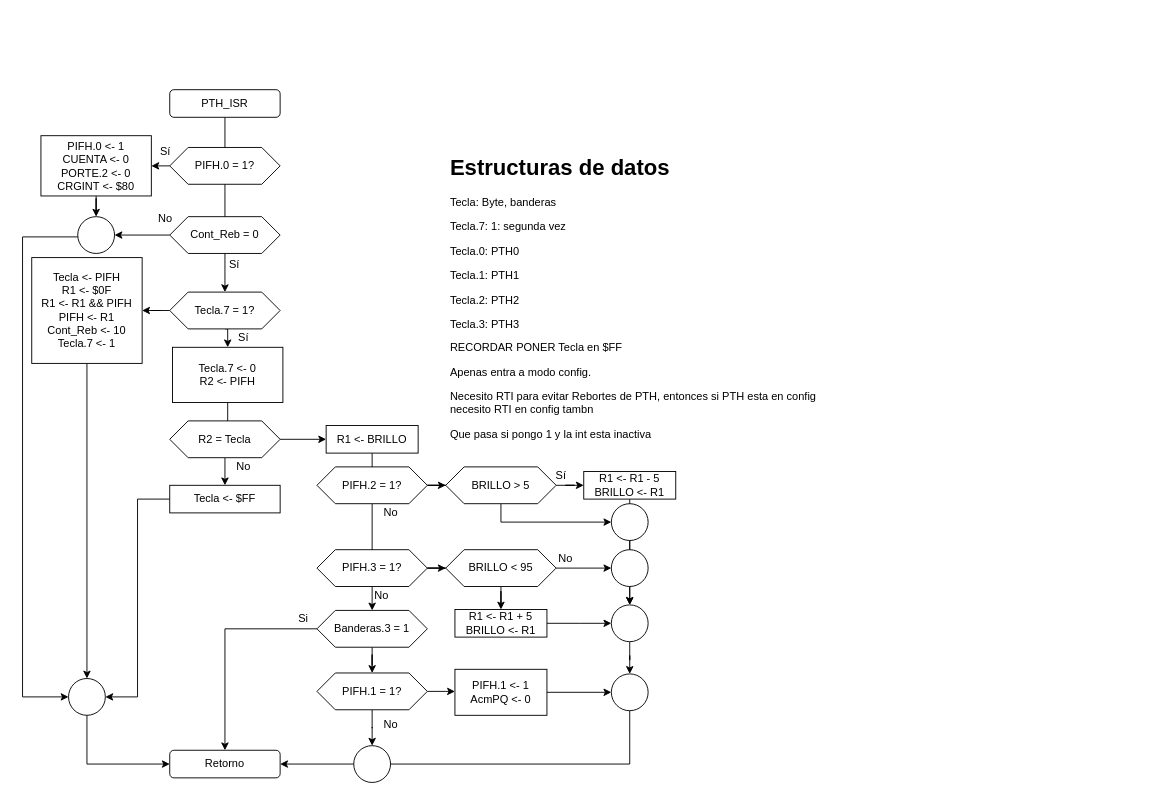
The draw.io diagram Tarea 5/PTH_ISR.drawio in robz25/Microprocesadores, before the edit. Source tidied: cells renumbered, new cells numbered last; positions are measured from the earlier drawing's top-left corner, leaving out a move shared by most shapes. Both pictures are drawn from the tidied source at 92%, with x=0, y=0 at pixel (22, 89).
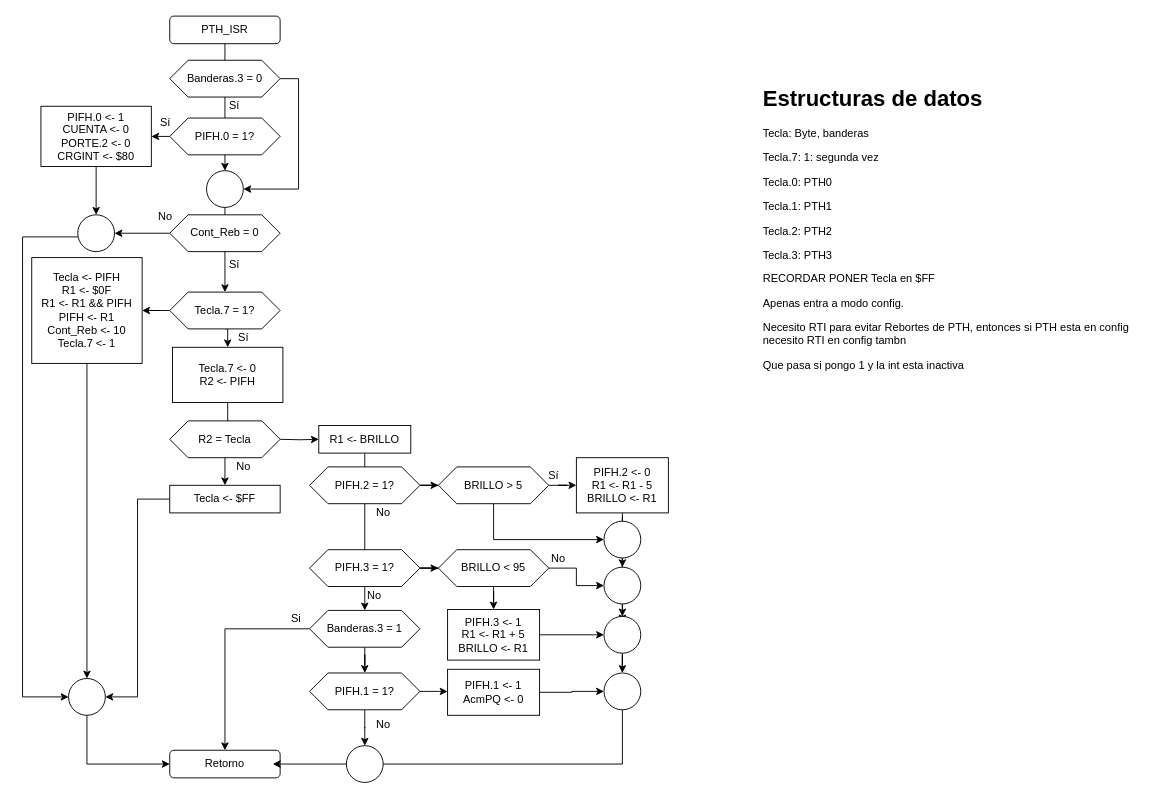
After the change.

Commit message:
dia listo PTH_ISR

Unchanged cells that the change refers to:
```xml
<mxCell id="12" value="Retorno" style="rounded=1;whiteSpace=wrap;html=1;" parent="1" vertex="1">
  <mxGeometry x="160" y="718" width="120" height="30" as="geometry" />
</mxCell>
<mxCell id="19" value="Tecla.7 = 1?" style="shape=hexagon;perimeter=hexagonPerimeter2;whiteSpace=wrap;html=1;fixedSize=1;" parent="1" vertex="1">
  <mxGeometry x="160" y="220" width="120" height="40" as="geometry" />
</mxCell>
<mxCell id="29" value="R2 = Tecla" style="shape=hexagon;perimeter=hexagonPerimeter2;whiteSpace=wrap;html=1;fixedSize=1;" parent="1" vertex="1">
  <mxGeometry x="160" y="360" width="120" height="40" as="geometry" />
</mxCell>
```

Change to the diagram source:
```diff
@@
-    <mxCell id="2" style="edgeStyle=orthogonalEdgeStyle;rounded=0;jettySize=auto;html=1;" parent="1" edge="1" source="3" target="19">
+    <mxCell id="2" style="edgeStyle=orthogonalEdgeStyle;rounded=0;jettySize=auto;html=1;" parent="1" edge="1" source="75" target="19">
       <mxGeometry relative="1" as="geometry" />
     </mxCell>
     <mxCell id="3" value="PTH_ISR" style="rounded=1;whiteSpace=wrap;html=1;" parent="1" vertex="1">
-      <mxGeometry x="160" width="120" height="30" as="geometry" />
+      <mxGeometry x="160" y="-80" width="120" height="30" as="geometry" />
     </mxCell>
     <mxCell id="4" style="edgeStyle=orthogonalEdgeStyle;rounded=0;jettySize=auto;html=1;" parent="1" edge="1" source="6">
       <mxGeometry relative="1" as="geometry">
-        <mxPoint x="470" y="654.1" as="targetPoint" />
+        <mxPoint x="462" y="654.1" as="targetPoint" />
       </mxGeometry>
     </mxCell>
@@
     <mxCell id="6" value="PIFH.1 = 1?" style="shape=hexagon;perimeter=hexagonPerimeter2;whiteSpace=wrap;html=1;fixedSize=1;" parent="1" vertex="1">
-      <mxGeometry x="320" y="634" width="120" height="40" as="geometry" />
+      <mxGeometry x="312" y="634" width="120" height="40" as="geometry" />
     </mxCell>
@@
     <mxCell id="9" value="PIFH.3 = 1?" style="shape=hexagon;perimeter=hexagonPerimeter2;whiteSpace=wrap;html=1;fixedSize=1;" parent="1" vertex="1">
-      <mxGeometry x="320" y="500" width="120" height="40" as="geometry" />
+      <mxGeometry x="312" y="500" width="120" height="40" as="geometry" />
     </mxCell>
@@
     <mxCell id="11" value="Cont_Reb = 0" style="shape=hexagon;perimeter=hexagonPerimeter2;whiteSpace=wrap;html=1;fixedSize=1;" parent="1" vertex="1">
-      <mxGeometry x="160" y="138" width="120" height="40" as="geometry" />
+      <mxGeometry x="160" y="136" width="120" height="40" as="geometry" />
     </mxCell>
@@
     <mxCell id="13" value="No" style="text;html=1;align=center;verticalAlign=middle;" parent="1" vertex="1">
-      <mxGeometry x="140" y="130" width="30" height="20" as="geometry" />
+      <mxGeometry x="140" y="128" width="30" height="20" as="geometry" />
     </mxCell>
@@
     <mxCell id="16" value="&lt;h1&gt;Estructuras de datos&lt;br&gt;&lt;/h1&gt;&lt;p&gt;Tecla: Byte, banderas&lt;/p&gt;&lt;p&gt;Tecla.7: 1: segunda vez&lt;/p&gt;&lt;p&gt;Tecla.0: PTH0&lt;/p&gt;&lt;p&gt;Tecla.1: PTH1&lt;/p&gt;&lt;p&gt;Tecla.2: PTH2&lt;/p&gt;&lt;p&gt;Tecla.3: PTH3&lt;/p&gt;&lt;p&gt;RECORDAR PONER Tecla en $FF&lt;/p&gt;&lt;p&gt;Apenas entra a modo config.&lt;/p&gt;&lt;p&gt;Necesito RTI para evitar Rebortes de PTH, entonces si PTH esta en config necesito RTI en config tambn&lt;br&gt;&lt;/p&gt;&lt;p&gt;Que pasa si pongo 1 y la int esta inactiva&lt;br&gt;&lt;/p&gt;" style="text;html=1;strokeColor=none;fillColor=none;spacing=5;spacingTop=-20;whiteSpace=wrap;overflow=hidden;rounded=0;" parent="1" vertex="1">
-      <mxGeometry x="460" y="65" width="420" height="325" as="geometry" />
+      <mxGeometry x="800" y="-10" width="420" height="325" as="geometry" />
     </mxCell>
@@
     <mxCell id="33" value="&lt;div&gt;PIFH.1 &amp;lt;- 1&lt;/div&gt;&lt;div&gt;AcmPQ &amp;lt;- 0&lt;/div&gt;" style="rounded=0;whiteSpace=wrap;html=1;gradientColor=#ffffff;" parent="1" vertex="1">
-      <mxGeometry x="470" y="630" width="100" height="50" as="geometry" />
+      <mxGeometry x="462" y="630" width="100" height="50" as="geometry" />
     </mxCell>
@@
     <mxCell id="36" value="Banderas.3 = 1" style="shape=hexagon;perimeter=hexagonPerimeter2;whiteSpace=wrap;html=1;fixedSize=1;" parent="1" vertex="1">
-      <mxGeometry x="320" y="566" width="120" height="40" as="geometry" />
+      <mxGeometry x="312" y="566" width="120" height="40" as="geometry" />
     </mxCell>
@@
     <mxCell id="38" value="No" style="text;html=1;align=center;verticalAlign=middle;points=[];" parent="1" vertex="1">
-      <mxGeometry x="385" y="450" width="30" height="20" as="geometry" />
+      <mxGeometry x="377" y="450" width="30" height="20" as="geometry" />
     </mxCell>
     <mxCell id="39" value="No" style="text;html=1;align=center;verticalAlign=middle;" parent="1" vertex="1">
-      <mxGeometry x="375" y="540" width="30" height="20" as="geometry" />
+      <mxGeometry x="367" y="540" width="30" height="20" as="geometry" />
     </mxCell>
     <mxCell id="40" value="Si" style="text;html=1;align=center;verticalAlign=middle;" parent="1" vertex="1">
-      <mxGeometry x="290" y="565" width="30" height="20" as="geometry" />
+      <mxGeometry x="282" y="565" width="30" height="20" as="geometry" />
     </mxCell>
     <mxCell id="41" value="No" style="text;html=1;align=center;verticalAlign=middle;" parent="1" vertex="1">
-      <mxGeometry x="385" y="680" width="30" height="20" as="geometry" />
+      <mxGeometry x="377" y="680" width="30" height="20" as="geometry" />
     </mxCell>
-    <mxCell id="42" style="edgeStyle=orthogonalEdgeStyle;rounded=0;jettySize=auto;html=1;entryX=1;entryY=0.5;entryDx=0;entryDy=0;" parent="1" edge="1" source="43" target="12">
+    <mxCell id="42" style="edgeStyle=orthogonalEdgeStyle;rounded=0;jettySize=auto;html=1;entryX=1;entryY=0.5;entryDx=0;entryDy=0;" parent="1" edge="1" source="43">
       <mxGeometry relative="1" as="geometry">
+        <mxPoint x="272" y="733" as="targetPoint" />
         <Array as="points">
-          <mxPoint x="660" y="733" />
+          <mxPoint x="652" y="733" />
         </Array>
       </mxGeometry>
     </mxCell>
     <mxCell id="43" style="ellipse;whiteSpace=wrap;html=1;" parent="1" vertex="1">
-      <mxGeometry x="640" y="635" width="40" height="40" as="geometry" />
+      <mxGeometry x="632" y="634" width="40" height="40" as="geometry" />
     </mxCell>
@@
     <mxCell id="45" value="R1 &amp;lt;- BRILLO" style="rounded=0;whiteSpace=wrap;html=1;gradientColor=#ffffff;" parent="1" vertex="1">
-      <mxGeometry x="330" y="365" width="100" height="30" as="geometry" />
+      <mxGeometry x="322" y="365" width="100" height="30" as="geometry" />
     </mxCell>
-    <mxCell id="46" style="edgeStyle=orthogonalEdgeStyle;rounded=0;jettySize=auto;html=1;" parent="1" edge="1" source="29" target="45">
-      <mxGeometry relative="1" as="geometry" />
+    <mxCell id="46" style="edgeStyle=orthogonalEdgeStyle;rounded=0;jettySize=auto;html=1;" parent="1" edge="1" target="45">
+      <mxGeometry relative="1" as="geometry">
+        <mxPoint x="280" y="380" as="sourcePoint" />
+      </mxGeometry>
     </mxCell>
@@
     <mxCell id="48" value="PIFH.2 = 1?" style="shape=hexagon;perimeter=hexagonPerimeter2;whiteSpace=wrap;html=1;fixedSize=1;" parent="1" vertex="1">
-      <mxGeometry x="320" y="410" width="120" height="40" as="geometry" />
+      <mxGeometry x="312" y="410" width="120" height="40" as="geometry" />
     </mxCell>
@@
     <mxCell id="50" style="edgeStyle=orthogonalEdgeStyle;rounded=0;jettySize=auto;html=1;entryX=0;entryY=0.5;entryDx=0;entryDy=0;" parent="1" edge="1" source="51" target="61">
       <mxGeometry relative="1" as="geometry">
         <Array as="points">
-          <mxPoint x="520" y="470" />
+          <mxPoint x="512" y="489" />
         </Array>
       </mxGeometry>
     </mxCell>
     <mxCell id="51" value="BRILLO &amp;gt; 5" style="shape=hexagon;perimeter=hexagonPerimeter2;whiteSpace=wrap;html=1;fixedSize=1;" parent="1" vertex="1">
-      <mxGeometry x="460" y="410" width="120" height="40" as="geometry" />
+      <mxGeometry x="452" y="410" width="120" height="40" as="geometry" />
     </mxCell>
-    <mxCell id="52" style="edgeStyle=orthogonalEdgeStyle;rounded=0;jettySize=auto;html=1;" parent="1" edge="1" source="53">
+    <mxCell id="52" style="edgeStyle=orthogonalEdgeStyle;rounded=0;orthogonalLoop=1;jettySize=auto;html=1;" parent="1" edge="1">
       <mxGeometry relative="1" as="geometry">
-        <mxPoint x="660" y="560" as="targetPoint" />
+        <mxPoint x="652" y="464" as="sourcePoint" />
+        <mxPoint x="652" y="579" as="targetPoint" />
       </mxGeometry>
     </mxCell>
+    <mxCell id="72" style="edgeStyle=orthogonalEdgeStyle;rounded=0;jettySize=auto;html=1;" parent="1" edge="1" source="53" target="62">
+      <mxGeometry relative="1" as="geometry" />
+    </mxCell>
-    <mxCell id="53" value="&lt;div&gt;R1 &amp;lt;- R1 - 5&lt;/div&gt;&lt;div&gt;BRILLO &amp;lt;- R1&lt;br&gt;&lt;/div&gt;" style="rounded=0;whiteSpace=wrap;html=1;gradientColor=#ffffff;" parent="1" vertex="1">
-      <mxGeometry x="610" y="415" width="100" height="30" as="geometry" />
+    <mxCell id="53" value="&lt;div&gt;PIFH.2 &amp;lt;- 0&lt;br&gt;&lt;/div&gt;&lt;div&gt;R1 &amp;lt;- R1 - 5&lt;/div&gt;&lt;div&gt;BRILLO &amp;lt;- R1&lt;br&gt;&lt;/div&gt;" style="rounded=0;whiteSpace=wrap;html=1;gradientColor=#ffffff;" parent="1" vertex="1">
+      <mxGeometry x="602" y="400" width="100" height="60" as="geometry" />
     </mxCell>
@@
     <mxCell id="56" value="BRILLO &amp;lt; 95" style="shape=hexagon;perimeter=hexagonPerimeter2;whiteSpace=wrap;html=1;fixedSize=1;" parent="1" vertex="1">
-      <mxGeometry x="460" y="500" width="120" height="40" as="geometry" />
+      <mxGeometry x="452" y="500" width="120" height="40" as="geometry" />
     </mxCell>
-    <mxCell id="57" style="edgeStyle=orthogonalEdgeStyle;rounded=0;jettySize=auto;html=1;" parent="1" edge="1" source="58">
-      <mxGeometry relative="1" as="geometry">
-        <mxPoint x="640" y="580" as="targetPoint" />
-      </mxGeometry>
-    </mxCell>
+    <mxCell id="73" style="edgeStyle=orthogonalEdgeStyle;rounded=0;jettySize=auto;html=1;" parent="1" edge="1" source="58" target="60">
+      <mxGeometry relative="1" as="geometry" />
+    </mxCell>
-    <mxCell id="58" value="&lt;div&gt;R1 &amp;lt;- R1 + 5&lt;/div&gt;&lt;div&gt;BRILLO &amp;lt;- R1&lt;br&gt;&lt;/div&gt;" style="rounded=0;whiteSpace=wrap;html=1;gradientColor=#ffffff;" parent="1" vertex="1">
-      <mxGeometry x="470" y="565" width="100" height="30" as="geometry" />
+    <mxCell id="58" value="&lt;div&gt;PIFH.3 &amp;lt;- 1&lt;br&gt;&lt;/div&gt;&lt;div&gt;R1 &amp;lt;- R1 + 5&lt;/div&gt;&lt;div&gt;BRILLO &amp;lt;- R1&lt;br&gt;&lt;/div&gt;" style="rounded=0;whiteSpace=wrap;html=1;gradientColor=#ffffff;" parent="1" vertex="1">
+      <mxGeometry x="462" y="565" width="100" height="55" as="geometry" />
     </mxCell>
@@
     <mxCell id="60" style="ellipse;whiteSpace=wrap;html=1;" parent="1" vertex="1">
-      <mxGeometry x="640" y="560" width="40" height="40" as="geometry" />
+      <mxGeometry x="632" y="572.5" width="40" height="40" as="geometry" />
     </mxCell>
     <mxCell id="61" style="ellipse;whiteSpace=wrap;html=1;" parent="1" vertex="1">
-      <mxGeometry x="640" y="450" width="40" height="40" as="geometry" />
+      <mxGeometry x="632" y="469" width="40" height="40" as="geometry" />
     </mxCell>
     <mxCell id="62" style="ellipse;whiteSpace=wrap;html=1;" parent="1" vertex="1">
-      <mxGeometry x="640" y="500" width="40" height="40" as="geometry" />
+      <mxGeometry x="632" y="519" width="40" height="40" as="geometry" />
     </mxCell>
     <mxCell id="63" value="No" style="text;html=1;align=center;verticalAlign=middle;" parent="1" vertex="1">
-      <mxGeometry x="575" y="500" width="30" height="20" as="geometry" />
+      <mxGeometry x="567" y="500" width="30" height="20" as="geometry" />
     </mxCell>
     <mxCell id="64" value="Sí" style="text;html=1;align=center;verticalAlign=middle;" parent="1" vertex="1">
-      <mxGeometry x="570" y="410" width="30" height="20" as="geometry" />
+      <mxGeometry x="562" y="410" width="30" height="20" as="geometry" />
     </mxCell>
@@
-    <mxCell id="66" value="PIFH.0 = 1?" style="shape=hexagon;perimeter=hexagonPerimeter2;whiteSpace=wrap;html=1;fixedSize=1;" parent="1" vertex="1">
-      <mxGeometry x="160" y="62.8" width="120" height="40" as="geometry" />
-    </mxCell>
-    <mxCell id="67" style="edgeStyle=orthogonalEdgeStyle;rounded=0;jettySize=auto;html=1;" parent="1" edge="1" source="68" target="71">
+    <mxCell id="67" style="edgeStyle=orthogonalEdgeStyle;rounded=0;jettySize=auto;html=1;exitX=0.5;exitY=1;exitDx=0;exitDy=0;" parent="1" edge="1" source="68" target="71">
       <mxGeometry relative="1" as="geometry" />
     </mxCell>
     <mxCell id="68" value="&lt;div&gt;PIFH.0 &amp;lt;- 1&lt;/div&gt;&lt;div&gt;CUENTA &amp;lt;- 0&lt;/div&gt;&lt;div&gt;PORTE.2 &amp;lt;- 0&lt;br&gt;&lt;/div&gt;&lt;div&gt;CRGINT &amp;lt;- $80&lt;br&gt;&lt;/div&gt;" style="rounded=0;whiteSpace=wrap;html=1;" parent="1" vertex="1">
-      <mxGeometry x="20" y="50" width="120" height="65.5" as="geometry" />
+      <mxGeometry x="20" y="18" width="120" height="65.5" as="geometry" />
     </mxCell>
     <mxCell id="69" style="ellipse;whiteSpace=wrap;html=1;" parent="1" vertex="1">
-      <mxGeometry x="360" y="713" width="40" height="40" as="geometry" />
+      <mxGeometry x="352" y="713" width="40" height="40" as="geometry" />
     </mxCell>
     <mxCell id="70" value="&lt;div&gt;Sí&lt;/div&gt;&lt;div&gt;&lt;br&gt;&lt;/div&gt;" style="text;html=1;align=center;verticalAlign=middle;" parent="1" vertex="1">
-      <mxGeometry x="140" y="60" width="30" height="30" as="geometry" />
+      <mxGeometry x="140" y="28" width="30" height="30" as="geometry" />
     </mxCell>
     <mxCell id="71" style="ellipse;whiteSpace=wrap;html=1;" parent="1" vertex="1">
-      <mxGeometry x="60" y="138" width="40" height="40" as="geometry" />
+      <mxGeometry x="60" y="136" width="40" height="40" as="geometry" />
     </mxCell>
+    <mxCell id="74" value="Sí" style="text;html=1;align=center;verticalAlign=middle;" parent="1" vertex="1">
+      <mxGeometry x="215" y="8" width="30" height="20" as="geometry" />
+    </mxCell>
+    <mxCell id="75" style="ellipse;whiteSpace=wrap;html=1;" parent="1" vertex="1">
+      <mxGeometry x="200" y="88" width="40" height="40" as="geometry" />
+    </mxCell>
+    <mxCell id="76" style="edgeStyle=orthogonalEdgeStyle;rounded=0;jettySize=auto;html=1;" parent="1" edge="1" source="3" target="75">
+      <mxGeometry relative="1" as="geometry" />
+    </mxCell>
+    <mxCell id="77" style="edgeStyle=orthogonalEdgeStyle;rounded=0;jettySize=auto;html=1;entryX=1;entryY=0.5;entryDx=0;entryDy=0;" parent="1" edge="1" source="78" target="75">
+      <mxGeometry relative="1" as="geometry">
+        <Array as="points">
+          <mxPoint x="300" y="-12" />
+          <mxPoint x="300" y="108" />
+        </Array>
+      </mxGeometry>
+    </mxCell>
+    <mxCell id="78" value="Banderas.3 = 0" style="shape=hexagon;perimeter=hexagonPerimeter2;whiteSpace=wrap;html=1;fixedSize=1;" parent="1" vertex="1">
+      <mxGeometry x="160" y="-32" width="120" height="40" as="geometry" />
+    </mxCell>
+    <mxCell id="66" value="PIFH.0 = 1?" style="shape=hexagon;perimeter=hexagonPerimeter2;whiteSpace=wrap;html=1;fixedSize=1;" parent="1" vertex="1">
+      <mxGeometry x="160" y="30.8" width="120" height="40" as="geometry" />
+    </mxCell>
```
